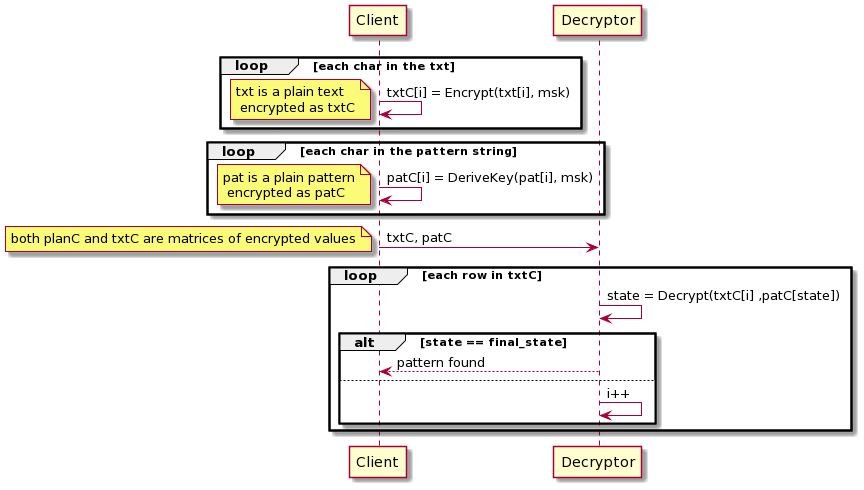
Before: pattern_matching.png, a diagram exported from PlantUML (lorand1984/pattern_matching_inner_product_functional_encryption).
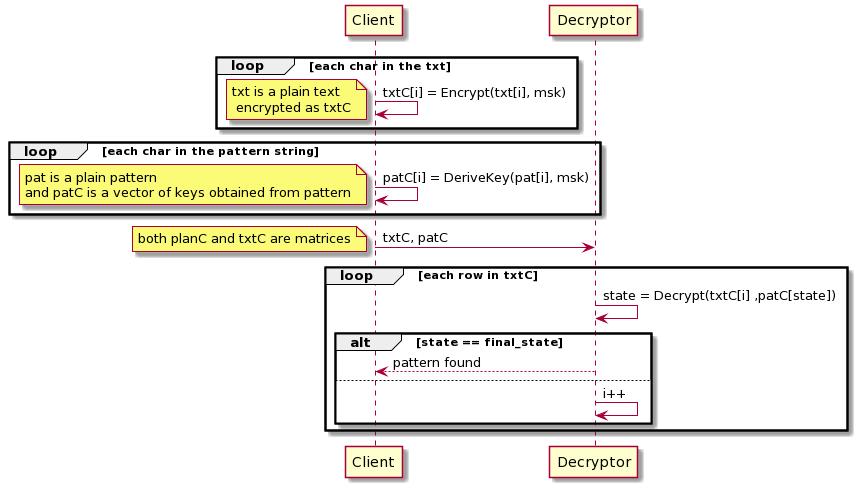
Later version of the same file.

Diff of the diagram source:
```diff
@@ -5,10 +5,10 @@
     end
 loop each char in the pattern string
   C -> C: patC[i] = DeriveKey(pat[i], msk)
-        note left: pat is a plain pattern\n encrypted as patC
+        note left: pat is a plain pattern\nand patC is a vector of keys obtained from pattern
     end
  C -> "Decryptor" as D: txtC, patC
- note left: both planC and txtC are matrices of encrypted values
+ note left: both planC and txtC are matrices
 loop each row in txtC
        D -> D: state = Decrypt(txtC[i] ,patC[state])
        alt state == final_state
```
